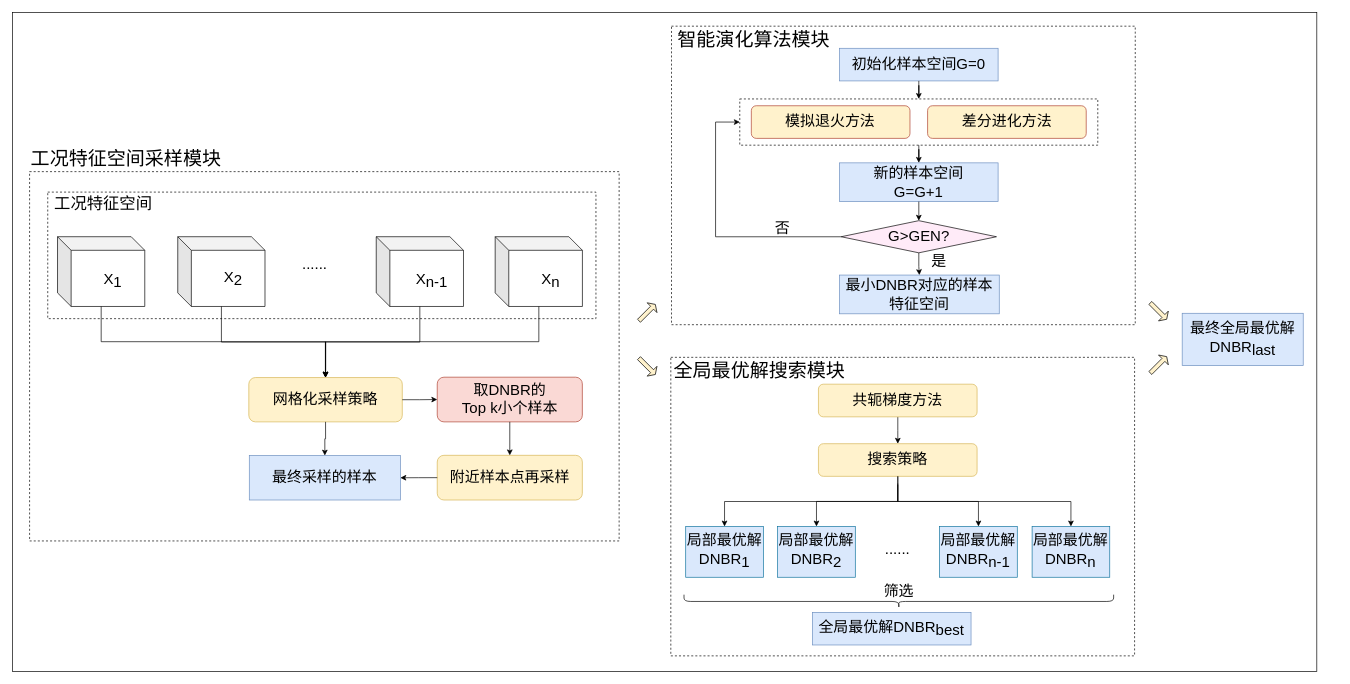
Earlier version of the draw.io diagram 未命名绘图33.drawio (ZhangChaoZhong/draw). Source tidied: cells renumbered, new cells numbered last; positions are measured from the earlier drawing's top-left corner, leaving out a move shared by most shapes. Both pictures are drawn from the tidied source at 68%, with x=0, y=0 at pixel (12, 12).
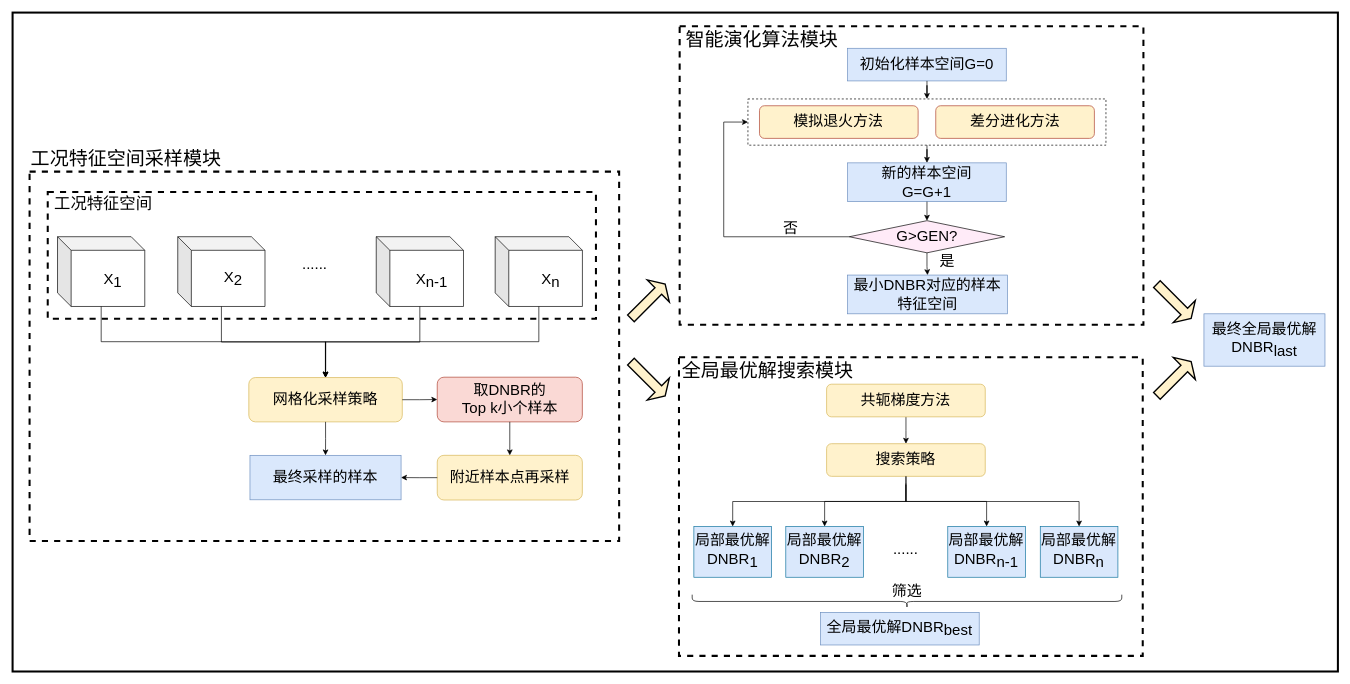
The same diagram, later.

Commit message:
更新未命名绘图33.drawio

Unchanged cells that the change refers to:
```xml
<mxCell id="38" style="rounded=0;whiteSpace=wrap;html=1;fontSize=22;dashed=1;" parent="37" vertex="1">
  <mxGeometry width="526.5" height="68" as="geometry" />
</mxCell>
```

Change to the diagram source:
```diff
@@
-    <mxCell id="2" style="rounded=0;whiteSpace=wrap;html=1;fontSize=22;" parent="1" vertex="1">
-      <mxGeometry width="1918" height="969" as="geometry" />
+    <mxCell id="2" style="rounded=0;whiteSpace=wrap;html=1;fontSize=22;strokeWidth=3;" parent="1" vertex="1">
+      <mxGeometry width="1949" height="969" as="geometry" />
     </mxCell>
     <mxCell id="3" value="最终全局最优解DNBR&lt;sub style=&quot;font-size: 22px;&quot;&gt;last&lt;/sub&gt;" style="rounded=0;whiteSpace=wrap;html=1;fontSize=22;fillColor=#DAE8FC;strokeColor=#6c8ebf;" parent="1" vertex="1">
-      <mxGeometry x="1720" y="442.2" width="178" height="77" as="geometry" />
+      <mxGeometry x="1752" y="443" width="178" height="77" as="geometry" />
     </mxCell>
-    <mxCell id="4" style="group;fontSize=22;" parent="1" vertex="1">
-      <mxGeometry x="921" y="422" width="38.5" height="117.5" as="geometry" />
-    </mxCell>
-    <mxCell id="5" style="shape=singleArrow;direction=south;whiteSpace=wrap;html=1;fontSize=22;fillColor=#FFF2CC;rotation=-135;" parent="4" vertex="1">
-      <mxGeometry x="2" y="2.2" width="20.4" height="34" as="geometry" />
-    </mxCell>
-    <mxCell id="6" style="shape=singleArrow;direction=south;whiteSpace=wrap;html=1;fontSize=22;fillColor=#FFF2CC;rotation=-45;" parent="4" vertex="1">
-      <mxGeometry x="2" y="81.2" width="20.4" height="34" as="geometry" />
-    </mxCell>
-    <mxCell id="7" style="shape=singleArrow;direction=south;whiteSpace=wrap;html=1;fontSize=22;fillColor=#FFF2CC;rotation=-45;" parent="1" vertex="1">
-      <mxGeometry x="1675" y="422" width="20.4" height="34" as="geometry" />
-    </mxCell>
-    <mxCell id="8" style="shape=singleArrow;direction=south;whiteSpace=wrap;html=1;fontSize=22;fillColor=#FFF2CC;rotation=-135;" parent="1" vertex="1">
-      <mxGeometry x="1675" y="501" width="20.4" height="34" as="geometry" />
-    </mxCell>
     <mxCell id="9" style="group;fontSize=22;" parent="1" vertex="1">
-      <mxGeometry x="968" y="500" width="682" height="446" as="geometry" />
+      <mxGeometry x="980" y="500" width="682" height="446" as="geometry" />
     </mxCell>
-    <mxCell id="10" style="rounded=0;whiteSpace=wrap;html=1;fontSize=22;dashed=1;" parent="9" vertex="1">
+    <mxCell id="10" style="rounded=0;whiteSpace=wrap;html=1;fontSize=22;dashed=1;strokeWidth=3;" parent="9" vertex="1">
       <mxGeometry y="7" width="682" height="439" as="geometry" />
     </mxCell>
@@
-    <mxCell id="27" style="rounded=0;whiteSpace=wrap;html=1;fontSize=22;dashed=1;" parent="1" vertex="1">
-      <mxGeometry x="969" y="20" width="682" height="439" as="geometry" />
+    <mxCell id="27" style="rounded=0;whiteSpace=wrap;html=1;fontSize=22;dashed=1;strokeWidth=3;" parent="1" vertex="1">
+      <mxGeometry x="981" y="20" width="682" height="439" as="geometry" />
     </mxCell>
     <mxCell id="28" value="&lt;font style=&quot;font-size: 28px;&quot;&gt;智能演化算法模块&lt;/font&gt;" style="text;html=1;strokeColor=none;fillColor=none;align=center;verticalAlign=middle;whiteSpace=wrap;rounded=0;fontSize=28;" parent="1" vertex="1">
-      <mxGeometry x="957" y="17" width="265.7" height="46" as="geometry" />
+      <mxGeometry x="969" y="17" width="265.7" height="46" as="geometry" />
     </mxCell>
     <mxCell id="29" value="最小DNBR对应的样本特征空间" style="rounded=0;whiteSpace=wrap;html=1;fontSize=22;fillColor=#DAE8FC;strokeColor=#6c8ebf;" parent="1" vertex="1">
-      <mxGeometry x="1216" y="386" width="235" height="57" as="geometry" />
+      <mxGeometry x="1228" y="386" width="235" height="57" as="geometry" />
     </mxCell>
@@
     <mxCell id="31" value="G&amp;gt;GEN?" style="rhombus;whiteSpace=wrap;html=1;fontSize=22;fillColor=#FFEBF8;" parent="1" vertex="1">
-      <mxGeometry x="1218.5" y="306" width="228.4" height="47.3" as="geometry" />
+      <mxGeometry x="1230.5" y="306" width="228.4" height="47.3" as="geometry" />
     </mxCell>
     <mxCell id="32" value="&lt;font style=&quot;font-size: 22px;&quot;&gt;是&lt;/font&gt;" style="text;html=1;strokeColor=none;fillColor=none;align=center;verticalAlign=middle;whiteSpace=wrap;rounded=0;fontSize=22;" parent="1" vertex="1">
-      <mxGeometry x="1314.4" y="351" width="97.2" height="30" as="geometry" />
+      <mxGeometry x="1326.4" y="351" width="97.2" height="30" as="geometry" />
     </mxCell>
     <mxCell id="33" value="&lt;div style=&quot;font-size: 22px;&quot;&gt;新的样本空间&lt;/div&gt;&lt;div style=&quot;font-size: 22px;&quot;&gt;G=G+1&lt;br style=&quot;font-size: 22px;&quot;&gt;&lt;/div&gt;" style="rounded=0;whiteSpace=wrap;html=1;fontSize=22;fillColor=#dae8fc;strokeColor=#6c8ebf;" parent="1" vertex="1">
-      <mxGeometry x="1216" y="221" width="233.3" height="57" as="geometry" />
+      <mxGeometry x="1228" y="221" width="233.3" height="57" as="geometry" />
     </mxCell>
@@
     <mxCell id="35" value="&lt;div style=&quot;font-size: 22px;&quot;&gt;初始化样本空间G=0&lt;/div&gt;" style="rounded=0;whiteSpace=wrap;html=1;fontSize=22;fillColor=#dae8fc;strokeColor=#6c8ebf;" parent="1" vertex="1">
-      <mxGeometry x="1216" y="52.5" width="233.3" height="48" as="geometry" />
+      <mxGeometry x="1228" y="52.5" width="233.3" height="48" as="geometry" />
     </mxCell>
     <mxCell id="36" value="&lt;font style=&quot;font-size: 22px;&quot;&gt;否&lt;/font&gt;" style="text;html=1;strokeColor=none;fillColor=none;align=center;verticalAlign=middle;whiteSpace=wrap;rounded=0;fontSize=22;" parent="1" vertex="1">
-      <mxGeometry x="1084" y="302" width="97.2" height="30" as="geometry" />
+      <mxGeometry x="1096" y="302" width="97.2" height="30" as="geometry" />
     </mxCell>
     <mxCell id="37" style="group;fontSize=22;" parent="1" vertex="1">
-      <mxGeometry x="1069.4" y="127" width="526.5" height="68" as="geometry" />
+      <mxGeometry x="1081.4" y="127" width="526.5" height="68" as="geometry" />
     </mxCell>
@@
     <mxCell id="41" style="edgeStyle=orthogonalEdgeStyle;rounded=0;jettySize=auto;html=1;entryX=0;entryY=0.5;entryDx=0;entryDy=0;fontSize=22;" parent="1" edge="1" source="31" target="38">
       <mxGeometry relative="1" as="geometry">
         <Array as="points">
-          <mxPoint x="1033.8" y="330" />
-          <mxPoint x="1033.8" y="161" />
+          <mxPoint x="1045.8" y="330" />
+          <mxPoint x="1045.8" y="161" />
         </Array>
       </mxGeometry>
     </mxCell>
@@
-    <mxCell id="44" style="rounded=0;whiteSpace=wrap;html=1;fontSize=22;dashed=1;" parent="1" vertex="1">
+    <mxCell id="44" style="rounded=0;whiteSpace=wrap;html=1;fontSize=22;dashed=1;strokeWidth=3;" parent="1" vertex="1">
       <mxGeometry x="25" y="233.9" width="867" height="543.1" as="geometry" />
     </mxCell>
-    <mxCell id="45" style="rounded=0;whiteSpace=wrap;html=1;fontSize=22;dashed=1;" parent="1" vertex="1">
+    <mxCell id="45" style="rounded=0;whiteSpace=wrap;html=1;fontSize=22;dashed=1;strokeWidth=3;" parent="1" vertex="1">
       <mxGeometry x="51.7" y="264" width="806.2" height="186.1" as="geometry" />
     </mxCell>
@@
     <mxCell id="65" value="&lt;div style=&quot;font-size: 22px;&quot;&gt;最终采样的样本&lt;/div&gt;" style="rounded=0;whiteSpace=wrap;html=1;fontSize=22;fillColor=#dae8fc;strokeColor=#6c8ebf;" parent="1" vertex="1">
-      <mxGeometry x="348.1" y="651.4" width="222.2" height="65.4" as="geometry" />
+      <mxGeometry x="349.1" y="651.1" width="222.2" height="65.4" as="geometry" />
     </mxCell>
@@
+    <mxCell id="73" style="shape=singleArrow;direction=south;whiteSpace=wrap;html=1;fontSize=22;fillColor=#FFF2CC;rotation=-45;strokeWidth=2;" parent="1" vertex="1">
+      <mxGeometry x="1685" y="388.9" width="46" height="71.2" as="geometry" />
+    </mxCell>
+    <mxCell id="74" style="shape=singleArrow;direction=south;whiteSpace=wrap;html=1;fontSize=22;fillColor=#FFF2CC;rotation=-135;strokeWidth=2;" parent="1" vertex="1">
+      <mxGeometry x="1685" y="502.9" width="46" height="71.2" as="geometry" />
+    </mxCell>
+    <mxCell id="5" style="shape=singleArrow;direction=south;whiteSpace=wrap;html=1;fontSize=22;fillColor=#FFF2CC;rotation=-135;strokeWidth=2;" parent="1" vertex="1">
+      <mxGeometry x="911.5" y="388.9" width="46" height="71.2" as="geometry" />
+    </mxCell>
+    <mxCell id="75" style="shape=singleArrow;direction=south;whiteSpace=wrap;html=1;fontSize=22;fillColor=#FFF2CC;rotation=-45;strokeWidth=2;" parent="1" vertex="1">
+      <mxGeometry x="911.5" y="502.9" width="46" height="71.2" as="geometry" />
+    </mxCell>
```
